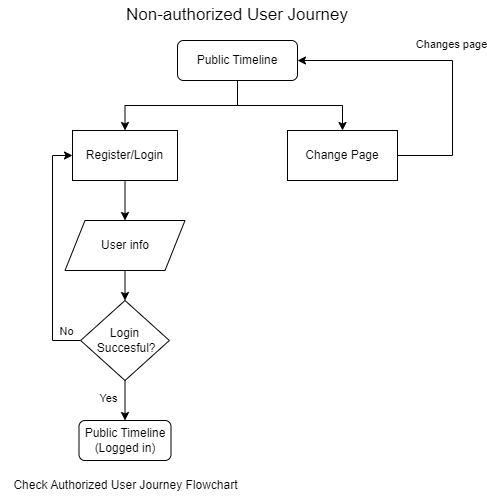
ITU-BDSA23-GROUP19/Chirp keeps this draw.io diagram as docs/Images/Non-Authorized.png. Above is the earlier version. Source tidied: cells renumbered, new cells last; positions are measured from the earlier drawing's top-left corner, leaving out a move shared by most shapes. Source of this version:
```xml
<mxGraphModel>
  <root>
    <mxCell id="0" />
    <mxCell id="1" parent="0" />
    <mxCell id="2" style="edgeStyle=orthogonalEdgeStyle;rounded=0;jettySize=auto;html=1;exitX=0.5;exitY=1;exitDx=0;exitDy=0;entryX=0.5;entryY=0;entryDx=0;entryDy=0;" parent="1" edge="1" source="4" target="9">
      <mxGeometry relative="1" as="geometry" />
    </mxCell>
    <mxCell id="3" style="edgeStyle=orthogonalEdgeStyle;rounded=0;jettySize=auto;html=1;exitX=0.5;exitY=1;exitDx=0;exitDy=0;entryX=0.5;entryY=0;entryDx=0;entryDy=0;" parent="1" edge="1" source="4" target="12">
      <mxGeometry relative="1" as="geometry" />
    </mxCell>
    <mxCell id="4" value="Public Timeline" style="rounded=1;whiteSpace=wrap;html=1;fontSize=12;glass=0;strokeWidth=1;shadow=0;" parent="1" vertex="1">
      <mxGeometry x="177" y="40" width="120" height="40" as="geometry" />
    </mxCell>
    <mxCell id="5" style="edgeStyle=orthogonalEdgeStyle;rounded=0;jettySize=auto;html=1;exitX=0.5;exitY=1;exitDx=0;exitDy=0;entryX=0.5;entryY=0;entryDx=0;entryDy=0;" parent="1" edge="1" source="6" target="17">
      <mxGeometry relative="1" as="geometry" />
    </mxCell>
    <mxCell id="6" value="User info" style="shape=parallelogram;perimeter=parallelogramPerimeter;whiteSpace=wrap;html=1;fixedSize=1;" parent="1" vertex="1">
      <mxGeometry x="64.5" y="220" width="120" height="50" as="geometry" />
    </mxCell>
    <mxCell id="7" style="edgeStyle=orthogonalEdgeStyle;rounded=0;jettySize=auto;html=1;entryX=1;entryY=0.5;entryDx=0;entryDy=0;" parent="1" edge="1" source="9" target="4">
      <mxGeometry relative="1" as="geometry">
        <Array as="points">
          <mxPoint x="452" y="155" />
          <mxPoint x="452" y="60" />
        </Array>
      </mxGeometry>
    </mxCell>
    <mxCell id="8" value="Changes page" style="edgeLabel;html=1;align=center;verticalAlign=middle;" parent="7" vertex="1">
      <mxGeometry x="-0.21" y="2" relative="1" as="geometry">
        <mxPoint y="-47" as="offset" />
      </mxGeometry>
    </mxCell>
    <mxCell id="9" value="Change Page" style="rounded=0;whiteSpace=wrap;html=1;" parent="1" vertex="1">
      <mxGeometry x="287" y="130" width="110" height="50" as="geometry" />
    </mxCell>
    <mxCell id="10" value="&lt;font style=&quot;font-size: 17px;&quot;&gt;Non-authorized User Journey&lt;/font&gt;" style="text;html=1;strokeColor=none;fillColor=none;align=center;verticalAlign=middle;whiteSpace=wrap;rounded=0;" parent="1" vertex="1">
      <mxGeometry x="102" width="270" height="30" as="geometry" />
    </mxCell>
    <mxCell id="11" style="edgeStyle=orthogonalEdgeStyle;rounded=0;jettySize=auto;html=1;exitX=0.5;exitY=1;exitDx=0;exitDy=0;entryX=0.5;entryY=0;entryDx=0;entryDy=0;" parent="1" edge="1" source="12" target="6">
      <mxGeometry relative="1" as="geometry" />
    </mxCell>
    <mxCell id="12" value="Register/Login" style="rounded=0;whiteSpace=wrap;html=1;" parent="1" vertex="1">
      <mxGeometry x="72" y="130" width="105" height="50" as="geometry" />
    </mxCell>
    <mxCell id="13" style="edgeStyle=orthogonalEdgeStyle;rounded=0;jettySize=auto;html=1;exitX=0;exitY=0.5;exitDx=0;exitDy=0;entryX=0;entryY=0.5;entryDx=0;entryDy=0;" parent="1" edge="1" source="17" target="12">
      <mxGeometry relative="1" as="geometry" />
    </mxCell>
    <mxCell id="14" value="No" style="edgeLabel;html=1;align=center;verticalAlign=middle;" parent="13" vertex="1">
      <mxGeometry x="-0.5" y="-1" relative="1" as="geometry">
        <mxPoint x="12" y="20" as="offset" />
      </mxGeometry>
    </mxCell>
    <mxCell id="15" style="edgeStyle=orthogonalEdgeStyle;rounded=0;jettySize=auto;html=1;exitX=0.5;exitY=1;exitDx=0;exitDy=0;entryX=0.5;entryY=0;entryDx=0;entryDy=0;" parent="1" edge="1" source="17" target="18">
      <mxGeometry relative="1" as="geometry" />
    </mxCell>
    <mxCell id="16" value="Yes" style="edgeLabel;html=1;align=center;verticalAlign=middle;" parent="15" vertex="1">
      <mxGeometry x="-0.08" y="-2" relative="1" as="geometry">
        <mxPoint x="-15" as="offset" />
      </mxGeometry>
    </mxCell>
    <mxCell id="17" value="&amp;nbsp;Login&amp;nbsp;&lt;br&gt;&amp;nbsp;Succesful?" style="rhombus;whiteSpace=wrap;html=1;" parent="1" vertex="1">
      <mxGeometry x="80.1" y="300" width="88.8" height="80" as="geometry" />
    </mxCell>
    <mxCell id="18" value="Public Timeline&lt;br&gt;(Logged in)" style="rounded=1;whiteSpace=wrap;html=1;" parent="1" vertex="1">
      <mxGeometry x="78.5" y="420" width="92" height="40" as="geometry" />
    </mxCell>
    <mxCell id="19" value="Check Authorized User Journey Flowchart" style="text;html=1;align=center;verticalAlign=middle;strokeColor=none;fillColor=none;" parent="1" vertex="1">
      <mxGeometry x="-0.5" y="470" width="250" height="30" as="geometry" />
    </mxCell>
  </root>
</mxGraphModel>
```
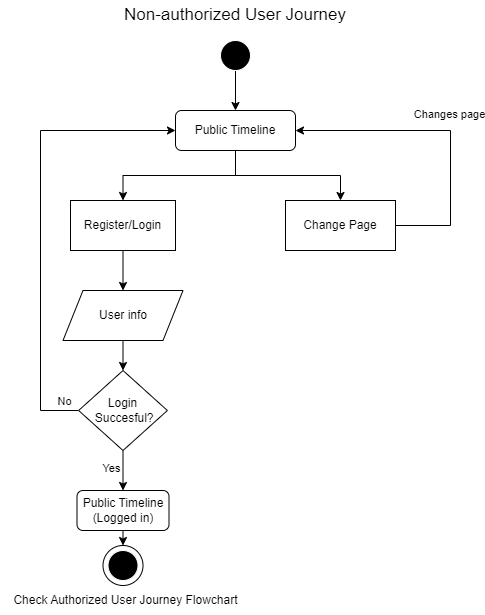
After the commit.

Commit message:
written user activities

Diff of the diagram source:
```diff
@@ -34,7 +34,7 @@
       <mxGeometry x="287" y="130" width="110" height="50" as="geometry" />
     </mxCell>
     <mxCell id="10" value="&lt;font style=&quot;font-size: 17px;&quot;&gt;Non-authorized User Journey&lt;/font&gt;" style="text;html=1;strokeColor=none;fillColor=none;align=center;verticalAlign=middle;whiteSpace=wrap;rounded=0;" parent="1" vertex="1">
-      <mxGeometry x="102" width="270" height="30" as="geometry" />
+      <mxGeometry x="102" y="-70" width="270" height="30" as="geometry" />
     </mxCell>
     <mxCell id="11" style="edgeStyle=orthogonalEdgeStyle;rounded=0;jettySize=auto;html=1;exitX=0.5;exitY=1;exitDx=0;exitDy=0;entryX=0.5;entryY=0;entryDx=0;entryDy=0;" parent="1" edge="1" source="12" target="6">
       <mxGeometry relative="1" as="geometry" />
@@ -42,12 +42,17 @@
     <mxCell id="12" value="Register/Login" style="rounded=0;whiteSpace=wrap;html=1;" parent="1" vertex="1">
       <mxGeometry x="72" y="130" width="105" height="50" as="geometry" />
     </mxCell>
-    <mxCell id="13" style="edgeStyle=orthogonalEdgeStyle;rounded=0;jettySize=auto;html=1;exitX=0;exitY=0.5;exitDx=0;exitDy=0;entryX=0;entryY=0.5;entryDx=0;entryDy=0;" parent="1" edge="1" source="17" target="12">
-      <mxGeometry relative="1" as="geometry" />
+    <mxCell id="13" style="edgeStyle=orthogonalEdgeStyle;rounded=0;jettySize=auto;html=1;exitX=0;exitY=0.5;exitDx=0;exitDy=0;entryX=0;entryY=0.5;entryDx=0;entryDy=0;" parent="1" edge="1" source="17" target="4">
+      <mxGeometry relative="1" as="geometry">
+        <Array as="points">
+          <mxPoint x="42" y="340" />
+          <mxPoint x="42" y="60" />
+        </Array>
+      </mxGeometry>
     </mxCell>
     <mxCell id="14" value="No" style="edgeLabel;html=1;align=center;verticalAlign=middle;" parent="13" vertex="1">
       <mxGeometry x="-0.5" y="-1" relative="1" as="geometry">
-        <mxPoint x="12" y="20" as="offset" />
+        <mxPoint x="22" y="64" as="offset" />
       </mxGeometry>
     </mxCell>
     <mxCell id="15" style="edgeStyle=orthogonalEdgeStyle;rounded=0;jettySize=auto;html=1;exitX=0.5;exitY=1;exitDx=0;exitDy=0;entryX=0.5;entryY=0;entryDx=0;entryDy=0;" parent="1" edge="1" source="17" target="18">
@@ -55,17 +60,32 @@
     </mxCell>
     <mxCell id="16" value="Yes" style="edgeLabel;html=1;align=center;verticalAlign=middle;" parent="15" vertex="1">
       <mxGeometry x="-0.08" y="-2" relative="1" as="geometry">
-        <mxPoint x="-15" as="offset" />
+        <mxPoint x="-10" as="offset" />
       </mxGeometry>
     </mxCell>
     <mxCell id="17" value="&amp;nbsp;Login&amp;nbsp;&lt;br&gt;&amp;nbsp;Succesful?" style="rhombus;whiteSpace=wrap;html=1;" parent="1" vertex="1">
       <mxGeometry x="80.1" y="300" width="88.8" height="80" as="geometry" />
     </mxCell>
+    <mxCell id="20" style="edgeStyle=orthogonalEdgeStyle;rounded=0;jettySize=auto;html=1;exitX=0.5;exitY=1;exitDx=0;exitDy=0;entryX=0.5;entryY=0;entryDx=0;entryDy=0;" parent="1" edge="1" source="18" target="23">
+      <mxGeometry relative="1" as="geometry" />
+    </mxCell>
     <mxCell id="18" value="Public Timeline&lt;br&gt;(Logged in)" style="rounded=1;whiteSpace=wrap;html=1;" parent="1" vertex="1">
       <mxGeometry x="78.5" y="420" width="92" height="40" as="geometry" />
     </mxCell>
     <mxCell id="19" value="Check Authorized User Journey Flowchart" style="text;html=1;align=center;verticalAlign=middle;strokeColor=none;fillColor=none;" parent="1" vertex="1">
-      <mxGeometry x="-0.5" y="470" width="250" height="30" as="geometry" />
+      <mxGeometry x="2" y="515" width="250" height="30" as="geometry" />
     </mxCell>
+    <mxCell id="21" style="edgeStyle=orthogonalEdgeStyle;rounded=0;jettySize=auto;html=1;exitX=0.5;exitY=1;exitDx=0;exitDy=0;entryX=0.5;entryY=0;entryDx=0;entryDy=0;" parent="1" edge="1" source="22" target="4">
+      <mxGeometry relative="1" as="geometry" />
+    </mxCell>
+    <mxCell id="22" style="ellipse;whiteSpace=wrap;html=1;fillStyle=solid;fillColor=#000000;strokeColor=#FFFFFF;" parent="1" vertex="1">
+      <mxGeometry x="222" y="-30" width="30" height="30" as="geometry" />
+    </mxCell>
+    <mxCell id="23" style="ellipse;whiteSpace=wrap;html=1;fillStyle=solid;fillColor=#FFFFFF;strokeColor=#000000;" parent="1" vertex="1">
+      <mxGeometry x="104.5" y="475" width="40" height="40" as="geometry" />
+    </mxCell>
+    <mxCell id="24" style="ellipse;whiteSpace=wrap;html=1;fillStyle=solid;fillColor=#000000;strokeColor=#FFFFFF;" parent="1" vertex="1">
+      <mxGeometry x="109.5" y="480" width="30" height="30" as="geometry" />
+    </mxCell>
   </root>
 </mxGraphModel>
```
